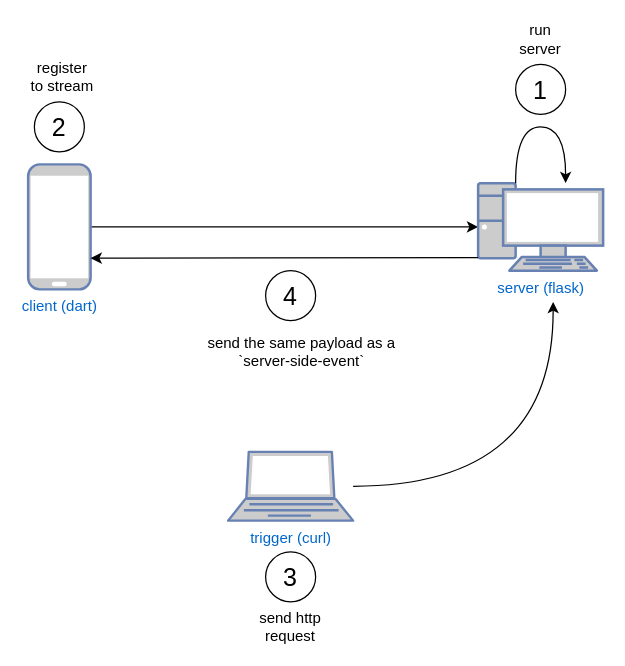
Earlier version of the draw.io diagram img/sse.drawio (kivanccakmak/sse-prototype). Source tidied: cells renumbered, new cells numbered last; positions are measured from the earlier drawing's top-left corner, leaving out a move shared by most shapes. Both pictures are drawn from the tidied source at 125%, with x=0, y=0 at pixel (28, 26).
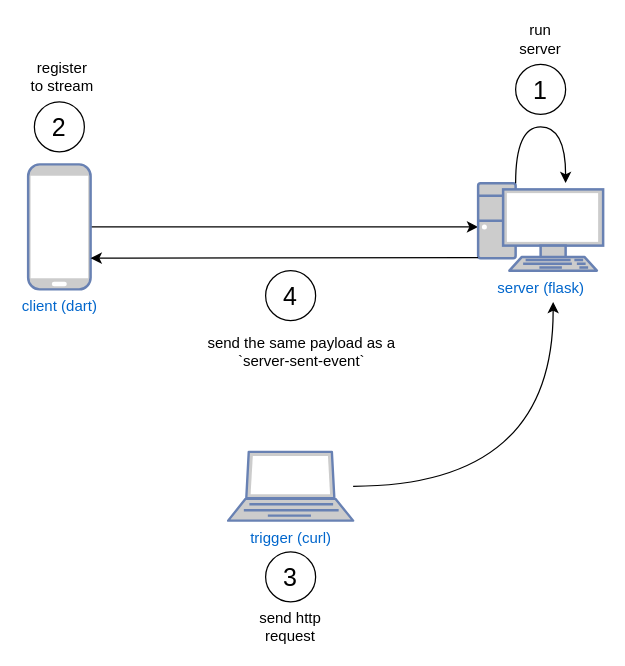
Above is the later version.

What changed in the source:
```diff
@@
-    <mxCell id="16" value="send the same payload as a `server-side-event`" style="text;html=1;strokeColor=none;fillColor=none;align=center;verticalAlign=middle;whiteSpace=wrap;rounded=0;" parent="1" vertex="1">
+    <mxCell id="16" value="send the same payload as a `server-sent-event`" style="text;html=1;strokeColor=none;fillColor=none;align=center;verticalAlign=middle;whiteSpace=wrap;rounded=0;" parent="1" vertex="1">
       <mxGeometry x="140" y="240" width="157.5" height="40" as="geometry" />
     </mxCell>
```
